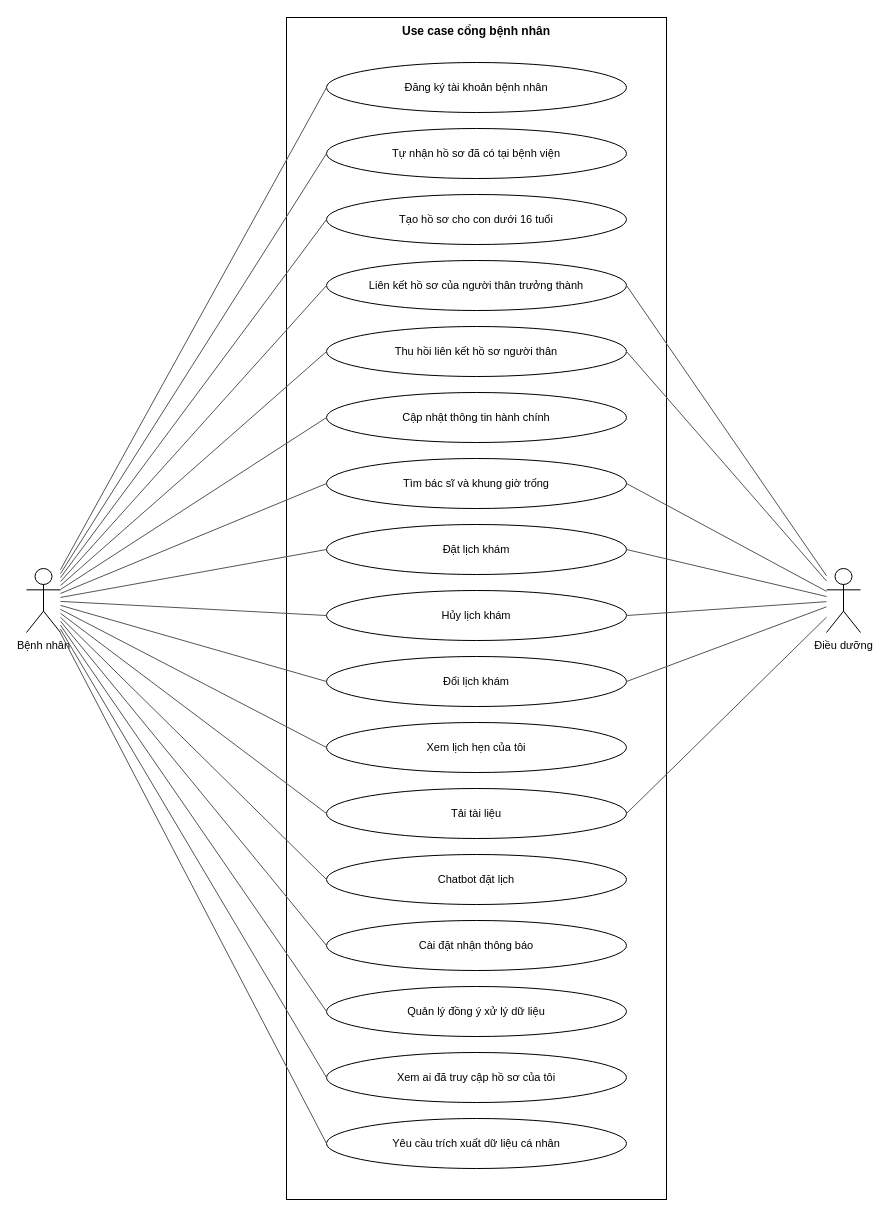
The draw.io diagram page "Patient portal use cases" (1 of 6) of docs/02-requirements/srs/dist/diagrams/04-use-case-diagrams.drawio in viethung12062005/smart-hospital-platform, before the edit. Source tidied: cells renumbered, new cells numbered last; positions are measured from the earlier drawing's top-left corner, leaving out a move shared by most shapes. Both pictures are drawn from the tidied source at 100%, with x=0, y=0 at pixel (26, 17).
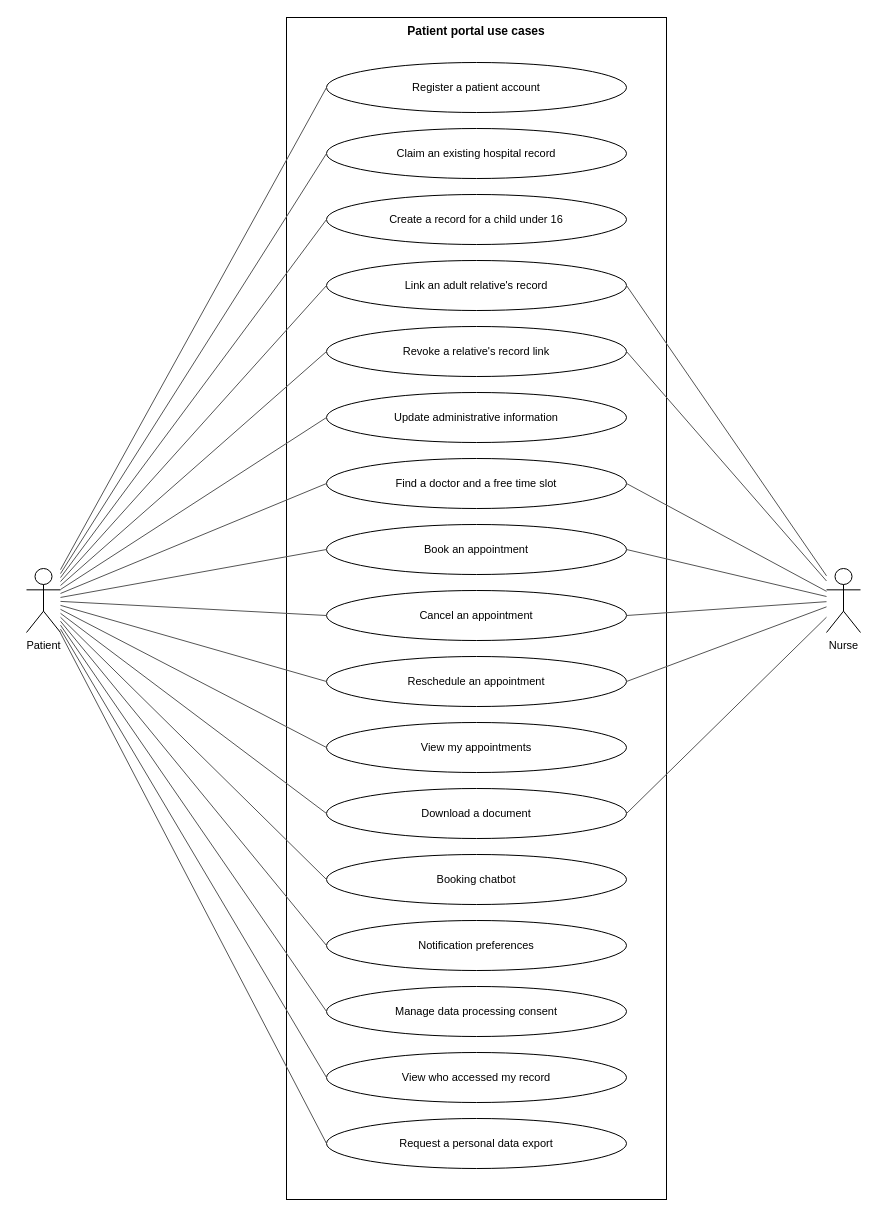
The same diagram, later.

Diff of the diagram source:
```diff
@@
-    <mxCell id="2" value="&lt;b&gt;Use case cổng bệnh nhân&lt;/b&gt;" style="rounded=0;whiteSpace=wrap;html=1;verticalAlign=top;fillColor=none;" parent="1" vertex="1">
+    <mxCell id="2" value="&lt;b&gt;Patient portal use cases&lt;/b&gt;" style="rounded=0;whiteSpace=wrap;html=1;verticalAlign=top;fillColor=none;" parent="1" vertex="1">
       <mxGeometry x="260" width="380" height="1182" as="geometry" />
     </mxCell>
-    <mxCell id="3" value="Đăng ký tài khoản bệnh nhân" style="ellipse;whiteSpace=wrap;html=1;fontSize=11;" parent="1" vertex="1">
+    <mxCell id="3" value="Register a patient account" style="ellipse;whiteSpace=wrap;html=1;fontSize=11;" parent="1" vertex="1">
       <mxGeometry x="300" y="45" width="300" height="50" as="geometry" />
     </mxCell>
-    <mxCell id="4" value="Tự nhận hồ sơ đã có tại bệnh viện" style="ellipse;whiteSpace=wrap;html=1;fontSize=11;" parent="1" vertex="1">
+    <mxCell id="4" value="Claim an existing hospital record" style="ellipse;whiteSpace=wrap;html=1;fontSize=11;" parent="1" vertex="1">
       <mxGeometry x="300" y="111" width="300" height="50" as="geometry" />
     </mxCell>
-    <mxCell id="5" value="Tạo hồ sơ cho con dưới 16 tuổi" style="ellipse;whiteSpace=wrap;html=1;fontSize=11;" parent="1" vertex="1">
+    <mxCell id="5" value="Create a record for a child under 16" style="ellipse;whiteSpace=wrap;html=1;fontSize=11;" parent="1" vertex="1">
       <mxGeometry x="300" y="177" width="300" height="50" as="geometry" />
     </mxCell>
-    <mxCell id="6" value="Liên kết hồ sơ của người thân trưởng thành" style="ellipse;whiteSpace=wrap;html=1;fontSize=11;" parent="1" vertex="1">
+    <mxCell id="6" value="Link an adult relative&amp;#x27;s record" style="ellipse;whiteSpace=wrap;html=1;fontSize=11;" parent="1" vertex="1">
       <mxGeometry x="300" y="243" width="300" height="50" as="geometry" />
     </mxCell>
-    <mxCell id="7" value="Thu hồi liên kết hồ sơ người thân" style="ellipse;whiteSpace=wrap;html=1;fontSize=11;" parent="1" vertex="1">
+    <mxCell id="7" value="Revoke a relative&amp;#x27;s record link" style="ellipse;whiteSpace=wrap;html=1;fontSize=11;" parent="1" vertex="1">
       <mxGeometry x="300" y="309" width="300" height="50" as="geometry" />
     </mxCell>
-    <mxCell id="8" value="Cập nhật thông tin hành chính" style="ellipse;whiteSpace=wrap;html=1;fontSize=11;" parent="1" vertex="1">
+    <mxCell id="8" value="Update administrative information" style="ellipse;whiteSpace=wrap;html=1;fontSize=11;" parent="1" vertex="1">
       <mxGeometry x="300" y="375" width="300" height="50" as="geometry" />
     </mxCell>
-    <mxCell id="9" value="Tìm bác sĩ và khung giờ trống" style="ellipse;whiteSpace=wrap;html=1;fontSize=11;" parent="1" vertex="1">
+    <mxCell id="9" value="Find a doctor and a free time slot" style="ellipse;whiteSpace=wrap;html=1;fontSize=11;" parent="1" vertex="1">
       <mxGeometry x="300" y="441" width="300" height="50" as="geometry" />
     </mxCell>
-    <mxCell id="10" value="Đặt lịch khám" style="ellipse;whiteSpace=wrap;html=1;fontSize=11;" parent="1" vertex="1">
+    <mxCell id="10" value="Book an appointment" style="ellipse;whiteSpace=wrap;html=1;fontSize=11;" parent="1" vertex="1">
       <mxGeometry x="300" y="507" width="300" height="50" as="geometry" />
     </mxCell>
-    <mxCell id="11" value="Hủy lịch khám" style="ellipse;whiteSpace=wrap;html=1;fontSize=11;" parent="1" vertex="1">
+    <mxCell id="11" value="Cancel an appointment" style="ellipse;whiteSpace=wrap;html=1;fontSize=11;" parent="1" vertex="1">
       <mxGeometry x="300" y="573" width="300" height="50" as="geometry" />
     </mxCell>
-    <mxCell id="12" value="Đổi lịch khám" style="ellipse;whiteSpace=wrap;html=1;fontSize=11;" parent="1" vertex="1">
+    <mxCell id="12" value="Reschedule an appointment" style="ellipse;whiteSpace=wrap;html=1;fontSize=11;" parent="1" vertex="1">
       <mxGeometry x="300" y="639" width="300" height="50" as="geometry" />
     </mxCell>
-    <mxCell id="13" value="Xem lịch hẹn của tôi" style="ellipse;whiteSpace=wrap;html=1;fontSize=11;" parent="1" vertex="1">
+    <mxCell id="13" value="View my appointments" style="ellipse;whiteSpace=wrap;html=1;fontSize=11;" parent="1" vertex="1">
       <mxGeometry x="300" y="705" width="300" height="50" as="geometry" />
     </mxCell>
-    <mxCell id="14" value="Tải tài liệu" style="ellipse;whiteSpace=wrap;html=1;fontSize=11;" parent="1" vertex="1">
+    <mxCell id="14" value="Download a document" style="ellipse;whiteSpace=wrap;html=1;fontSize=11;" parent="1" vertex="1">
       <mxGeometry x="300" y="771" width="300" height="50" as="geometry" />
     </mxCell>
-    <mxCell id="15" value="Chatbot đặt lịch" style="ellipse;whiteSpace=wrap;html=1;fontSize=11;" parent="1" vertex="1">
+    <mxCell id="15" value="Booking chatbot" style="ellipse;whiteSpace=wrap;html=1;fontSize=11;" parent="1" vertex="1">
       <mxGeometry x="300" y="837" width="300" height="50" as="geometry" />
     </mxCell>
-    <mxCell id="16" value="Cài đặt nhận thông báo" style="ellipse;whiteSpace=wrap;html=1;fontSize=11;" parent="1" vertex="1">
+    <mxCell id="16" value="Notification preferences" style="ellipse;whiteSpace=wrap;html=1;fontSize=11;" parent="1" vertex="1">
       <mxGeometry x="300" y="903" width="300" height="50" as="geometry" />
     </mxCell>
-    <mxCell id="17" value="Quản lý đồng ý xử lý dữ liệu" style="ellipse;whiteSpace=wrap;html=1;fontSize=11;" parent="1" vertex="1">
+    <mxCell id="17" value="Manage data processing consent" style="ellipse;whiteSpace=wrap;html=1;fontSize=11;" parent="1" vertex="1">
       <mxGeometry x="300" y="969" width="300" height="50" as="geometry" />
     </mxCell>
-    <mxCell id="18" value="Xem ai đã truy cập hồ sơ của tôi" style="ellipse;whiteSpace=wrap;html=1;fontSize=11;" parent="1" vertex="1">
+    <mxCell id="18" value="View who accessed my record" style="ellipse;whiteSpace=wrap;html=1;fontSize=11;" parent="1" vertex="1">
       <mxGeometry x="300" y="1035" width="300" height="50" as="geometry" />
     </mxCell>
-    <mxCell id="19" value="Yêu cầu trích xuất dữ liệu cá nhân" style="ellipse;whiteSpace=wrap;html=1;fontSize=11;" parent="1" vertex="1">
+    <mxCell id="19" value="Request a personal data export" style="ellipse;whiteSpace=wrap;html=1;fontSize=11;" parent="1" vertex="1">
       <mxGeometry x="300" y="1101" width="300" height="50" as="geometry" />
     </mxCell>
-    <mxCell id="20" value="Bệnh nhân" style="shape=umlActor;verticalLabelPosition=bottom;verticalAlign=top;html=1;outlineConnect=0;fontSize=11;" parent="1" vertex="1">
+    <mxCell id="20" value="Patient" style="shape=umlActor;verticalLabelPosition=bottom;verticalAlign=top;html=1;outlineConnect=0;fontSize=11;" parent="1" vertex="1">
       <mxGeometry y="551" width="34" height="64" as="geometry" />
     </mxCell>
-    <mxCell id="21" value="Điều dưỡng" style="shape=umlActor;verticalLabelPosition=bottom;verticalAlign=top;html=1;outlineConnect=0;fontSize=11;" parent="1" vertex="1">
+    <mxCell id="21" value="Nurse" style="shape=umlActor;verticalLabelPosition=bottom;verticalAlign=top;html=1;outlineConnect=0;fontSize=11;" parent="1" vertex="1">
       <mxGeometry x="800" y="551" width="34" height="64" as="geometry" />
     </mxCell>
```
